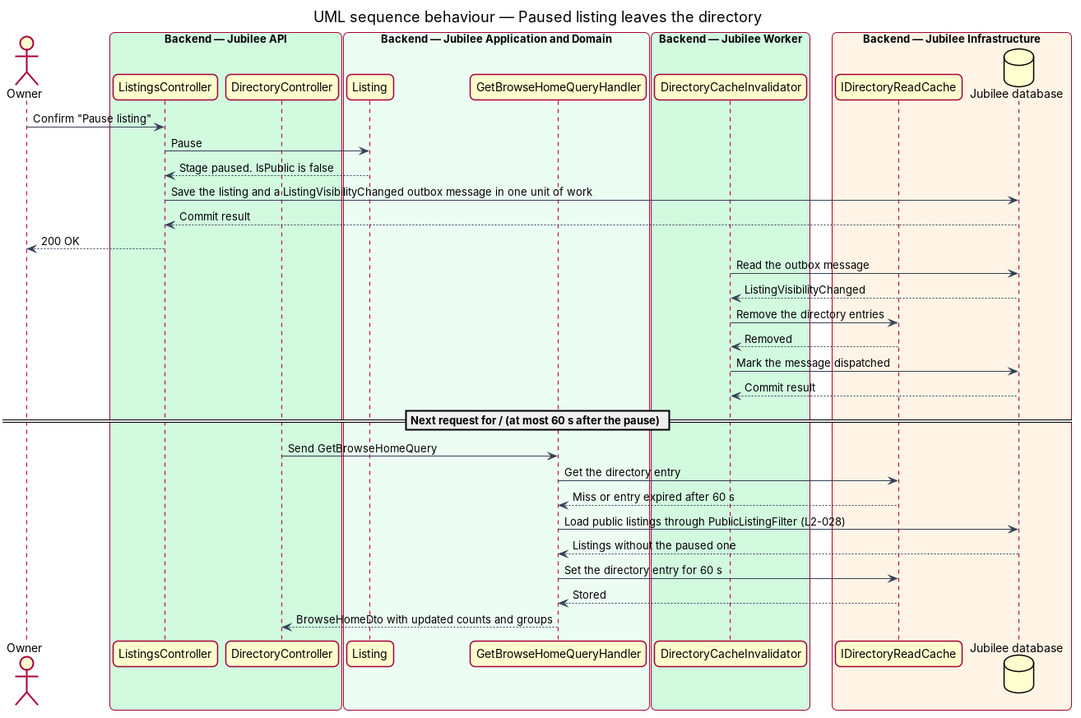
Above: docs/detailed-designs/directory/browse-home/diagrams/sequence-paused-listing-leaves.png in QuinntyneBrown/jubilee (PlantUML), before the change. Its source is kept beside it as docs/detailed-designs/directory/browse-home/diagrams/sequence-paused-listing-leaves.puml. The source it was exported from:
```plantuml
@startuml
title UML sequence behaviour — Paused listing leaves the directory
skinparam backgroundColor #FFFFFF
skinparam shadowing false
skinparam roundcorner 12
skinparam defaultFontName Arial
skinparam ArrowColor #344054
skinparam rectangle {
  BorderColor #344054
  FontColor #101828
}
skinparam package {
  BorderColor #667085
  FontColor #101828
  BackgroundColor #F9FAFB
}


actor "Owner" as actor
box "Backend — Jubilee API" #D1FADF
  participant "ListingsController" as controller
  participant "DirectoryController" as directory
end box
box "Backend — Jubilee Application and Domain" #ECFDF3
  participant "Listing" as entity
  participant "GetBrowseHomeQueryHandler" as handler
end box
box "Backend — Jubilee Worker" #D1FADF
  participant "DirectoryCacheInvalidator" as invalidator
end box
box "Backend — Jubilee Infrastructure" #FFF4E5
  participant "IDirectoryReadCache" as cache
  database "Jubilee database" as db
end box
actor -> controller : Confirm "Pause listing"
controller -> entity : Pause
entity --> controller : Stage paused. IsPublic is false
controller -> db : Save the listing and a ListingVisibilityChanged outbox message in one unit of work
db --> controller : Commit result
controller --> actor : 200 OK
invalidator -> db : Read the outbox message
db --> invalidator : ListingVisibilityChanged
invalidator -> cache : Remove the directory entries
cache --> invalidator : Removed
invalidator -> db : Mark the message dispatched
db --> invalidator : Commit result
== Next request for / (at most 60 s after the pause) ==
directory -> handler : Send GetBrowseHomeQuery
handler -> cache : Get the directory entry
cache --> handler : Miss or entry expired after 60 s
handler -> db : Load public listings through PublicListingFilter (L2-028)
db --> handler : Listings without the paused one
handler -> cache : Set the directory entry for 60 s
cache --> handler : Stored
handler --> directory : BrowseHomeDto with updated counts and groups
@enduml
```
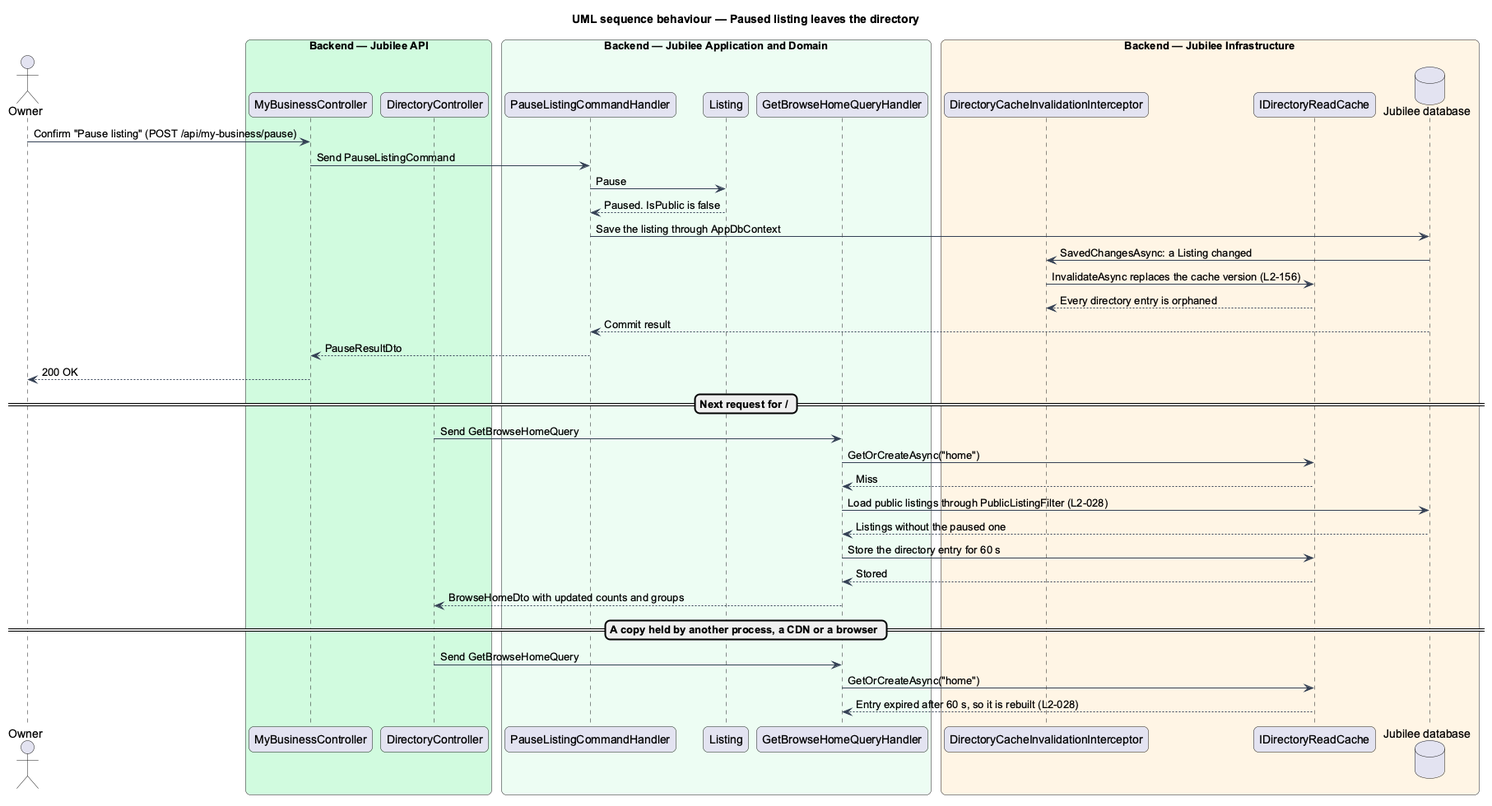
After the change.

Change to the diagram source:
```diff
@@ -18,39 +18,41 @@
 
 actor "Owner" as actor
 box "Backend — Jubilee API" #D1FADF
-  participant "ListingsController" as controller
+  participant "MyBusinessController" as controller
   participant "DirectoryController" as directory
 end box
 box "Backend — Jubilee Application and Domain" #ECFDF3
+  participant "PauseListingCommandHandler" as pause
   participant "Listing" as entity
   participant "GetBrowseHomeQueryHandler" as handler
 end box
-box "Backend — Jubilee Worker" #D1FADF
-  participant "DirectoryCacheInvalidator" as invalidator
-end box
 box "Backend — Jubilee Infrastructure" #FFF4E5
+  participant "DirectoryCacheInvalidationInterceptor" as invalidator
   participant "IDirectoryReadCache" as cache
   database "Jubilee database" as db
 end box
-actor -> controller : Confirm "Pause listing"
-controller -> entity : Pause
-entity --> controller : Stage paused. IsPublic is false
-controller -> db : Save the listing and a ListingVisibilityChanged outbox message in one unit of work
-db --> controller : Commit result
+actor -> controller : Confirm "Pause listing" (POST /api/my-business/pause)
+controller -> pause : Send PauseListingCommand
+pause -> entity : Pause
+entity --> pause : Paused. IsPublic is false
+pause -> db : Save the listing through AppDbContext
+db -> invalidator : SavedChangesAsync: a Listing changed
+invalidator -> cache : InvalidateAsync replaces the cache version (L2-156)
+cache --> invalidator : Every directory entry is orphaned
+db --> pause : Commit result
+pause --> controller : PauseResultDto
 controller --> actor : 200 OK
-invalidator -> db : Read the outbox message
-db --> invalidator : ListingVisibilityChanged
-invalidator -> cache : Remove the directory entries
-cache --> invalidator : Removed
-invalidator -> db : Mark the message dispatched
-db --> invalidator : Commit result
-== Next request for / (at most 60 s after the pause) ==
+== Next request for / ==
 directory -> handler : Send GetBrowseHomeQuery
-handler -> cache : Get the directory entry
-cache --> handler : Miss or entry expired after 60 s
+handler -> cache : GetOrCreateAsync("home")
+cache --> handler : Miss
 handler -> db : Load public listings through PublicListingFilter (L2-028)
 db --> handler : Listings without the paused one
-handler -> cache : Set the directory entry for 60 s
+handler -> cache : Store the directory entry for 60 s
 cache --> handler : Stored
 handler --> directory : BrowseHomeDto with updated counts and groups
+== A copy held by another process, a CDN or a browser ==
+directory -> handler : Send GetBrowseHomeQuery
+handler -> cache : GetOrCreateAsync("home")
+cache --> handler : Entry expired after 60 s, so it is rebuilt (L2-028)
 @enduml
```
